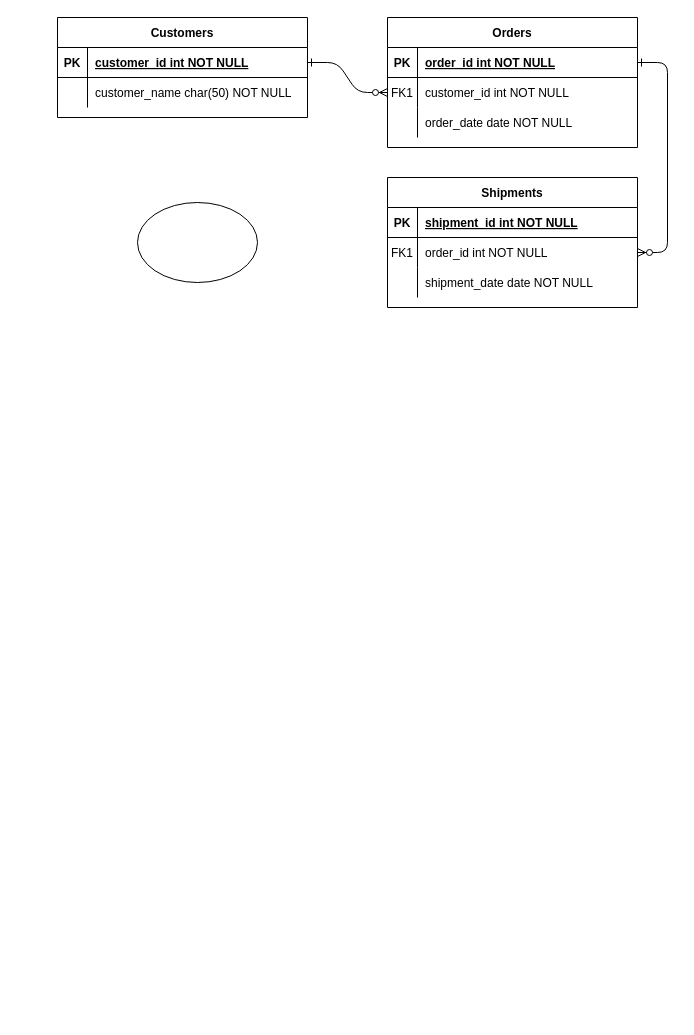
The draw.io diagram ER Diagram.drawio in Misaka2623/CS460Project4, before the edit. Source tidied: cells renumbered, new cells numbered last; positions are measured from the earlier drawing's top-left corner, leaving out a move shared by most shapes. Both pictures are drawn from the tidied source at 100%, with x=0, y=0 at pixel (57, 17).
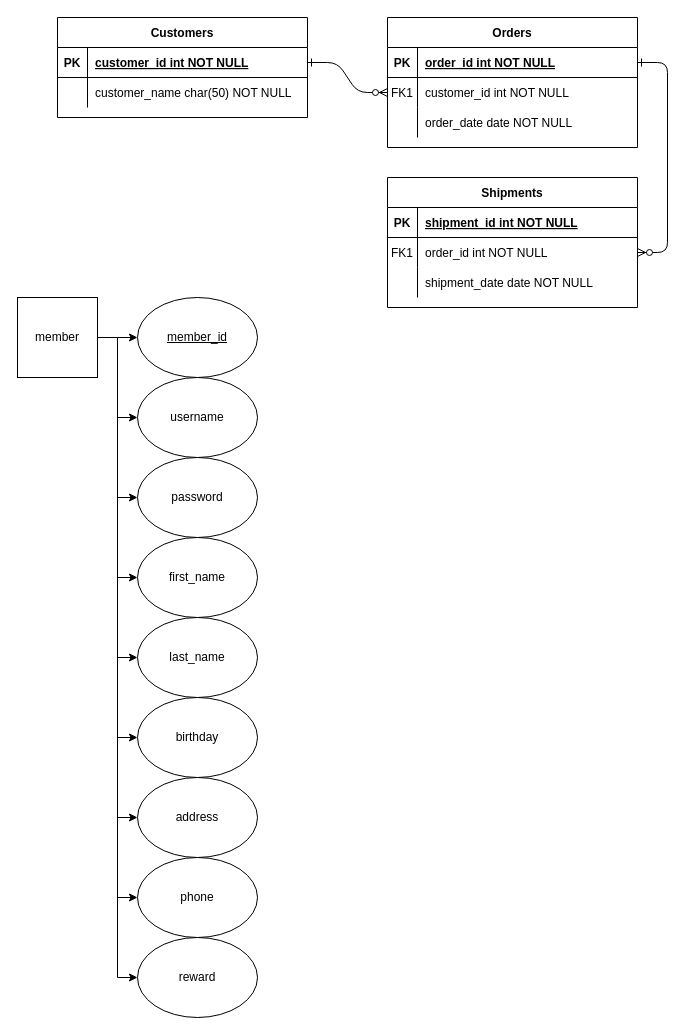
The same page after the edit.

Change to the diagram source:
```diff
@@
-    <mxCell id="31" style="ellipse;whiteSpace=wrap;html=1;" parent="1" vertex="1">
-      <mxGeometry x="80" y="185" width="120" height="80" as="geometry" />
-    </mxCell>
+    <mxCell id="32" style="edgeStyle=orthogonalEdgeStyle;rounded=0;jettySize=auto;html=1;exitX=1;exitY=0.5;exitDx=0;exitDy=0;" parent="1" edge="1" source="41" target="42">
+      <mxGeometry relative="1" as="geometry" />
+    </mxCell>
+    <mxCell id="33" style="edgeStyle=orthogonalEdgeStyle;rounded=0;jettySize=auto;html=1;exitX=1;exitY=0.5;exitDx=0;exitDy=0;entryX=0;entryY=0.5;entryDx=0;entryDy=0;" parent="1" edge="1" source="41" target="43">
+      <mxGeometry relative="1" as="geometry" />
+    </mxCell>
+    <mxCell id="34" style="edgeStyle=orthogonalEdgeStyle;rounded=0;jettySize=auto;html=1;exitX=1;exitY=0.5;exitDx=0;exitDy=0;entryX=0;entryY=0.5;entryDx=0;entryDy=0;" parent="1" edge="1" source="41" target="44">
+      <mxGeometry relative="1" as="geometry" />
+    </mxCell>
+    <mxCell id="35" style="edgeStyle=orthogonalEdgeStyle;rounded=0;jettySize=auto;html=1;exitX=1;exitY=0.5;exitDx=0;exitDy=0;entryX=0;entryY=0.5;entryDx=0;entryDy=0;" parent="1" edge="1" source="41" target="45">
+      <mxGeometry relative="1" as="geometry" />
+    </mxCell>
+    <mxCell id="36" style="edgeStyle=orthogonalEdgeStyle;rounded=0;jettySize=auto;html=1;exitX=1;exitY=0.5;exitDx=0;exitDy=0;entryX=0;entryY=0.5;entryDx=0;entryDy=0;" parent="1" edge="1" source="41" target="46">
+      <mxGeometry relative="1" as="geometry" />
+    </mxCell>
+    <mxCell id="37" style="edgeStyle=orthogonalEdgeStyle;rounded=0;jettySize=auto;html=1;exitX=1;exitY=0.5;exitDx=0;exitDy=0;entryX=0;entryY=0.5;entryDx=0;entryDy=0;" parent="1" edge="1" source="41" target="47">
+      <mxGeometry relative="1" as="geometry" />
+    </mxCell>
+    <mxCell id="38" style="edgeStyle=orthogonalEdgeStyle;rounded=0;jettySize=auto;html=1;exitX=1;exitY=0.5;exitDx=0;exitDy=0;entryX=0;entryY=0.5;entryDx=0;entryDy=0;" parent="1" edge="1" source="41" target="48">
+      <mxGeometry relative="1" as="geometry" />
+    </mxCell>
+    <mxCell id="39" style="edgeStyle=orthogonalEdgeStyle;rounded=0;jettySize=auto;html=1;exitX=1;exitY=0.5;exitDx=0;exitDy=0;entryX=0;entryY=0.5;entryDx=0;entryDy=0;" parent="1" edge="1" source="41" target="49">
+      <mxGeometry relative="1" as="geometry" />
+    </mxCell>
+    <mxCell id="40" style="edgeStyle=orthogonalEdgeStyle;rounded=0;jettySize=auto;html=1;exitX=1;exitY=0.5;exitDx=0;exitDy=0;entryX=0;entryY=0.5;entryDx=0;entryDy=0;" parent="1" edge="1" source="41" target="50">
+      <mxGeometry relative="1" as="geometry" />
+    </mxCell>
+    <mxCell id="41" value="member" style="whiteSpace=wrap;html=1;" parent="1" vertex="1">
+      <mxGeometry x="-40" y="280" width="80" height="80" as="geometry" />
+    </mxCell>
+    <mxCell id="42" value="&lt;u&gt;member_id&lt;/u&gt;" style="ellipse;whiteSpace=wrap;html=1;" parent="1" vertex="1">
+      <mxGeometry x="80" y="280" width="120" height="80" as="geometry" />
+    </mxCell>
+    <mxCell id="43" value="username" style="ellipse;whiteSpace=wrap;html=1;" parent="1" vertex="1">
+      <mxGeometry x="80" y="360" width="120" height="80" as="geometry" />
+    </mxCell>
+    <mxCell id="44" value="password" style="ellipse;whiteSpace=wrap;html=1;" parent="1" vertex="1">
+      <mxGeometry x="80" y="440" width="120" height="80" as="geometry" />
+    </mxCell>
+    <mxCell id="45" value="first_name" style="ellipse;whiteSpace=wrap;html=1;" parent="1" vertex="1">
+      <mxGeometry x="80" y="520" width="120" height="80" as="geometry" />
+    </mxCell>
+    <mxCell id="46" value="last_name" style="ellipse;whiteSpace=wrap;html=1;" parent="1" vertex="1">
+      <mxGeometry x="80" y="600" width="120" height="80" as="geometry" />
+    </mxCell>
+    <mxCell id="47" value="birthday" style="ellipse;whiteSpace=wrap;html=1;" parent="1" vertex="1">
+      <mxGeometry x="80" y="680" width="120" height="80" as="geometry" />
+    </mxCell>
+    <mxCell id="48" value="address" style="ellipse;whiteSpace=wrap;html=1;" parent="1" vertex="1">
+      <mxGeometry x="80" y="760" width="120" height="80" as="geometry" />
+    </mxCell>
+    <mxCell id="49" value="phone" style="ellipse;whiteSpace=wrap;html=1;" parent="1" vertex="1">
+      <mxGeometry x="80" y="840" width="120" height="80" as="geometry" />
+    </mxCell>
+    <mxCell id="50" value="reward" style="ellipse;whiteSpace=wrap;html=1;" parent="1" vertex="1">
+      <mxGeometry x="80" y="920" width="120" height="80" as="geometry" />
+    </mxCell>
```
